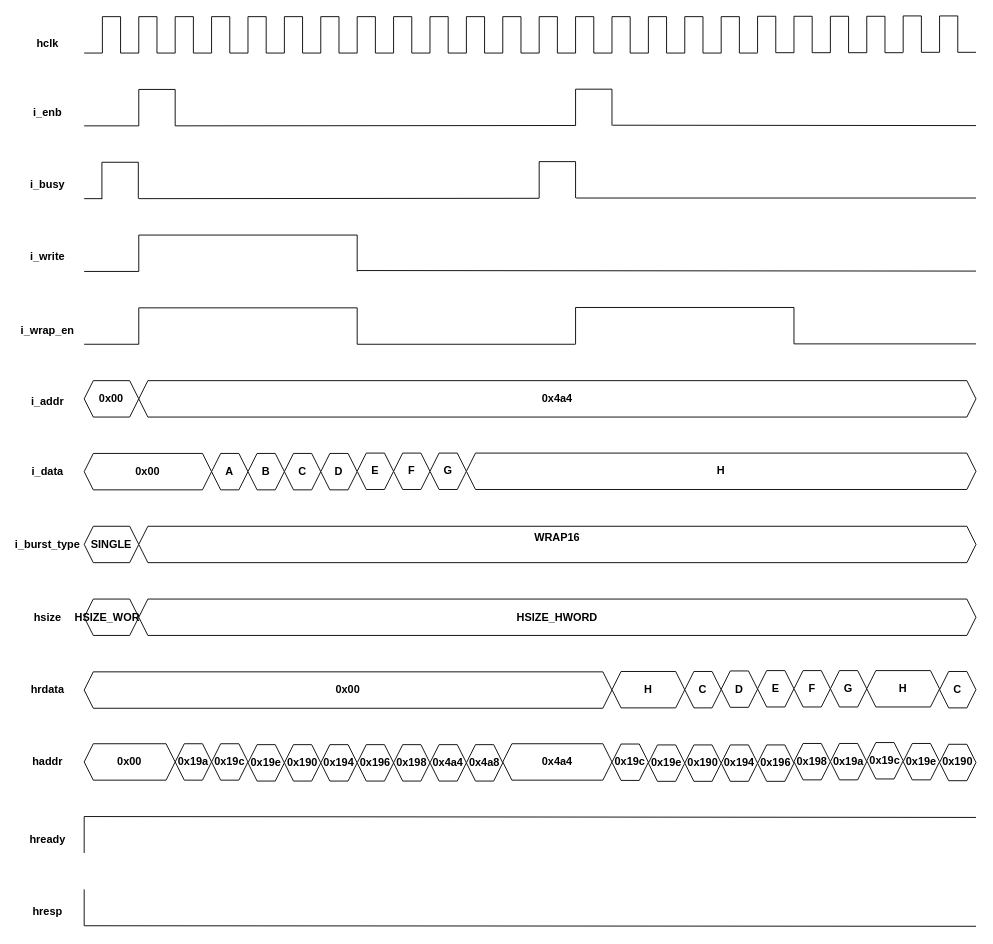
106210049/AMBA-AHB keeps this draw.io diagram as page "WRAP16" (18 of 18) of AMBA AHB.drawio. Above is the earlier version. Source tidied: cells renumbered, new cells numbered last; positions are measured from the earlier drawing's top-left corner, leaving out a move shared by most shapes. Both pictures are drawn from the tidied source at 91%, with x=0, y=0 at pixel (20, 15).
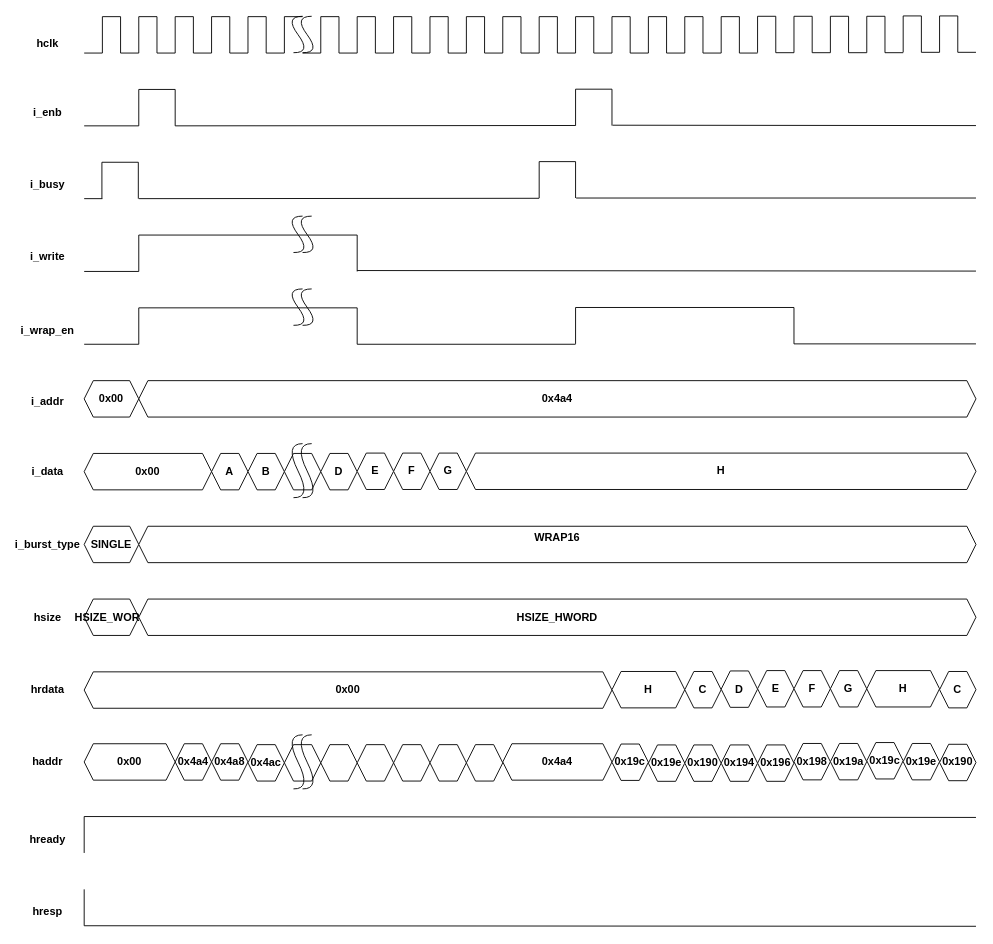
The same page after the edit.

The edit, as a diff of the source:
```diff
@@
-    <mxCell id="26" style="endArrow=none;html=1;rounded=0;" parent="1" edge="1">
-      <mxGeometry relative="1" as="geometry">
-        <mxPoint x="310" y="40.8" as="sourcePoint" />
-        <mxPoint x="310" y="0.8" as="targetPoint" />
-      </mxGeometry>
-    </mxCell>
@@
-    <mxCell id="90" value="&lt;div&gt;C&lt;/div&gt;" style="shape=hexagon;perimeter=hexagonPerimeter2;whiteSpace=wrap;html=1;shapeInside=1;fixedSize=1;size=10;fontStyle=1;" parent="1" vertex="1">
+    <mxCell id="90" value="&lt;div&gt;&lt;br/&gt;&lt;/div&gt;" style="shape=hexagon;perimeter=hexagonPerimeter2;whiteSpace=wrap;html=1;shapeInside=1;fixedSize=1;size=10;fontStyle=1;" parent="1" vertex="1">
       <mxGeometry x="290" y="480.8" width="40" height="40" as="geometry" />
     </mxCell>
@@
-    <mxCell id="119" value="&lt;div&gt;0x19a&lt;/div&gt;" style="shape=hexagon;perimeter=hexagonPerimeter2;whiteSpace=wrap;html=1;shapeInside=1;fixedSize=1;size=10;fontStyle=1;" parent="1" vertex="1">
+    <mxCell id="119" value="0x4a4" style="shape=hexagon;perimeter=hexagonPerimeter2;whiteSpace=wrap;html=1;shapeInside=1;fixedSize=1;size=10;fontStyle=1;" parent="1" vertex="1">
       <mxGeometry x="170" y="799.8" width="40" height="40" as="geometry" />
     </mxCell>
@@
-    <mxCell id="128" value="0x19c" style="shape=hexagon;perimeter=hexagonPerimeter2;whiteSpace=wrap;html=1;shapeInside=1;fixedSize=1;size=10;fontStyle=1;" parent="1" vertex="1">
+    <mxCell id="128" value="0x4a8" style="shape=hexagon;perimeter=hexagonPerimeter2;whiteSpace=wrap;html=1;shapeInside=1;fixedSize=1;size=10;fontStyle=1;" parent="1" vertex="1">
       <mxGeometry x="210" y="799.8" width="40" height="40" as="geometry" />
     </mxCell>
-    <mxCell id="129" value="0x19e" style="shape=hexagon;perimeter=hexagonPerimeter2;whiteSpace=wrap;html=1;shapeInside=1;fixedSize=1;size=10;fontStyle=1;" parent="1" vertex="1">
+    <mxCell id="129" value="0x4ac" style="shape=hexagon;perimeter=hexagonPerimeter2;whiteSpace=wrap;html=1;shapeInside=1;fixedSize=1;size=10;fontStyle=1;" parent="1" vertex="1">
       <mxGeometry x="250" y="800.8" width="40" height="40" as="geometry" />
     </mxCell>
-    <mxCell id="130" value="0x190" style="shape=hexagon;perimeter=hexagonPerimeter2;whiteSpace=wrap;html=1;shapeInside=1;fixedSize=1;size=10;fontStyle=1;" parent="1" vertex="1">
+    <mxCell id="130" value="&lt;div&gt;&lt;br/&gt;&lt;/div&gt;" style="shape=hexagon;perimeter=hexagonPerimeter2;whiteSpace=wrap;html=1;shapeInside=1;fixedSize=1;size=10;fontStyle=1;" parent="1" vertex="1">
       <mxGeometry x="290" y="800.8" width="40" height="40" as="geometry" />
     </mxCell>
-    <mxCell id="131" value="0x194" style="shape=hexagon;perimeter=hexagonPerimeter2;whiteSpace=wrap;html=1;shapeInside=1;fixedSize=1;size=10;fontStyle=1;" parent="1" vertex="1">
+    <mxCell id="131" value="&lt;div&gt;&lt;br/&gt;&lt;/div&gt;" style="shape=hexagon;perimeter=hexagonPerimeter2;whiteSpace=wrap;html=1;shapeInside=1;fixedSize=1;size=10;fontStyle=1;" parent="1" vertex="1">
       <mxGeometry x="330" y="800.8" width="40" height="40" as="geometry" />
     </mxCell>
@@
-    <mxCell id="140" value="0x196" style="shape=hexagon;perimeter=hexagonPerimeter2;whiteSpace=wrap;html=1;shapeInside=1;fixedSize=1;size=10;fontStyle=1;" parent="1" vertex="1">
+    <mxCell id="140" value="&lt;div&gt;&lt;br/&gt;&lt;/div&gt;" style="shape=hexagon;perimeter=hexagonPerimeter2;whiteSpace=wrap;html=1;shapeInside=1;fixedSize=1;size=10;fontStyle=1;" parent="1" vertex="1">
       <mxGeometry x="370" y="800.8" width="40" height="40" as="geometry" />
     </mxCell>
@@
-    <mxCell id="171" value="0x198" style="shape=hexagon;perimeter=hexagonPerimeter2;whiteSpace=wrap;html=1;shapeInside=1;fixedSize=1;size=10;fontStyle=1;" parent="1" vertex="1">
+    <mxCell id="171" value="&lt;div&gt;&lt;br/&gt;&lt;/div&gt;" style="shape=hexagon;perimeter=hexagonPerimeter2;whiteSpace=wrap;html=1;shapeInside=1;fixedSize=1;size=10;fontStyle=1;" parent="1" vertex="1">
       <mxGeometry x="410" y="800.8" width="40" height="40" as="geometry" />
     </mxCell>
-    <mxCell id="172" value="0x4a4" style="shape=hexagon;perimeter=hexagonPerimeter2;whiteSpace=wrap;html=1;shapeInside=1;fixedSize=1;size=10;fontStyle=1;" parent="1" vertex="1">
+    <mxCell id="172" value="&lt;div&gt;&lt;br/&gt;&lt;/div&gt;" style="shape=hexagon;perimeter=hexagonPerimeter2;whiteSpace=wrap;html=1;shapeInside=1;fixedSize=1;size=10;fontStyle=1;" parent="1" vertex="1">
       <mxGeometry x="450" y="800.8" width="40" height="40" as="geometry" />
     </mxCell>
-    <mxCell id="173" value="0x4a8" style="shape=hexagon;perimeter=hexagonPerimeter2;whiteSpace=wrap;html=1;shapeInside=1;fixedSize=1;size=10;fontStyle=1;" parent="1" vertex="1">
+    <mxCell id="173" value="&lt;div&gt;&lt;br/&gt;&lt;/div&gt;" style="shape=hexagon;perimeter=hexagonPerimeter2;whiteSpace=wrap;html=1;shapeInside=1;fixedSize=1;size=10;fontStyle=1;" parent="1" vertex="1">
       <mxGeometry x="490" y="800.8" width="40" height="40" as="geometry" />
     </mxCell>
@@
+    <mxCell id="193" style="curved=1;endArrow=none;html=1;rounded=0;endFill=0;" parent="1" edge="1">
+      <mxGeometry relative="1" as="geometry">
+        <mxPoint x="310" y="40.4" as="sourcePoint" />
+        <mxPoint x="320" y="0.4" as="targetPoint" />
+        <Array as="points">
+          <mxPoint x="330" y="40.8" />
+          <mxPoint x="300" y="0.4" />
+        </Array>
+      </mxGeometry>
+    </mxCell>
+    <mxCell id="194" style="curved=1;endArrow=none;html=1;rounded=0;endFill=0;" parent="1" edge="1">
+      <mxGeometry relative="1" as="geometry">
+        <mxPoint x="300" y="40.4" as="sourcePoint" />
+        <mxPoint x="310" y="0.4" as="targetPoint" />
+        <Array as="points">
+          <mxPoint x="320" y="40.8" />
+          <mxPoint x="290" y="0.4" />
+        </Array>
+      </mxGeometry>
+    </mxCell>
+    <mxCell id="195" style="curved=1;endArrow=none;html=1;rounded=0;endFill=0;" parent="1" edge="1">
+      <mxGeometry relative="1" as="geometry">
+        <mxPoint x="310" y="260" as="sourcePoint" />
+        <mxPoint x="320" y="220" as="targetPoint" />
+        <Array as="points">
+          <mxPoint x="330" y="260.4" />
+          <mxPoint x="300" y="220" />
+        </Array>
+      </mxGeometry>
+    </mxCell>
+    <mxCell id="196" style="curved=1;endArrow=none;html=1;rounded=0;endFill=0;" parent="1" edge="1">
+      <mxGeometry relative="1" as="geometry">
+        <mxPoint x="300" y="260" as="sourcePoint" />
+        <mxPoint x="310" y="220" as="targetPoint" />
+        <Array as="points">
+          <mxPoint x="320" y="260.4" />
+          <mxPoint x="290" y="220" />
+        </Array>
+      </mxGeometry>
+    </mxCell>
+    <mxCell id="197" style="curved=1;endArrow=none;html=1;rounded=0;endFill=0;" parent="1" edge="1">
+      <mxGeometry relative="1" as="geometry">
+        <mxPoint x="310" y="340" as="sourcePoint" />
+        <mxPoint x="320" y="300" as="targetPoint" />
+        <Array as="points">
+          <mxPoint x="330" y="340.4" />
+          <mxPoint x="300" y="300" />
+        </Array>
+      </mxGeometry>
+    </mxCell>
+    <mxCell id="198" style="curved=1;endArrow=none;html=1;rounded=0;endFill=0;" parent="1" edge="1">
+      <mxGeometry relative="1" as="geometry">
+        <mxPoint x="300" y="340" as="sourcePoint" />
+        <mxPoint x="310" y="300" as="targetPoint" />
+        <Array as="points">
+          <mxPoint x="320" y="340.4" />
+          <mxPoint x="290" y="300" />
+        </Array>
+      </mxGeometry>
+    </mxCell>
+    <mxCell id="199" style="group;" parent="1" vertex="1">
+      <mxGeometry x="290" y="470" width="40" height="60" as="geometry" />
+    </mxCell>
+    <mxCell id="200" style="curved=1;endArrow=none;html=1;rounded=0;endFill=0;" parent="199" edge="1">
+      <mxGeometry relative="1" as="geometry">
+        <mxPoint x="20" y="59.4" as="sourcePoint" />
+        <mxPoint x="30" as="targetPoint" />
+        <Array as="points">
+          <mxPoint x="40" y="60" />
+          <mxPoint x="10" />
+        </Array>
+      </mxGeometry>
+    </mxCell>
+    <mxCell id="201" style="curved=1;endArrow=none;html=1;rounded=0;endFill=0;" parent="199" edge="1">
+      <mxGeometry relative="1" as="geometry">
+        <mxPoint x="10" y="59.4" as="sourcePoint" />
+        <mxPoint x="20" as="targetPoint" />
+        <Array as="points">
+          <mxPoint x="30" y="60" />
+          <mxPoint />
+        </Array>
+      </mxGeometry>
+    </mxCell>
+    <mxCell id="202" style="group;" parent="1" vertex="1">
+      <mxGeometry x="290" y="790" width="40" height="60" as="geometry" />
+    </mxCell>
+    <mxCell id="203" style="curved=1;endArrow=none;html=1;rounded=0;endFill=0;" parent="202" edge="1">
+      <mxGeometry relative="1" as="geometry">
+        <mxPoint x="20" y="59.4" as="sourcePoint" />
+        <mxPoint x="30" as="targetPoint" />
+        <Array as="points">
+          <mxPoint x="40" y="60" />
+          <mxPoint x="10" />
+        </Array>
+      </mxGeometry>
+    </mxCell>
+    <mxCell id="204" style="curved=1;endArrow=none;html=1;rounded=0;endFill=0;" parent="202" edge="1">
+      <mxGeometry relative="1" as="geometry">
+        <mxPoint x="10" y="59.4" as="sourcePoint" />
+        <mxPoint x="20" as="targetPoint" />
+        <Array as="points">
+          <mxPoint x="30" y="60" />
+          <mxPoint />
+        </Array>
+      </mxGeometry>
+    </mxCell>
```
